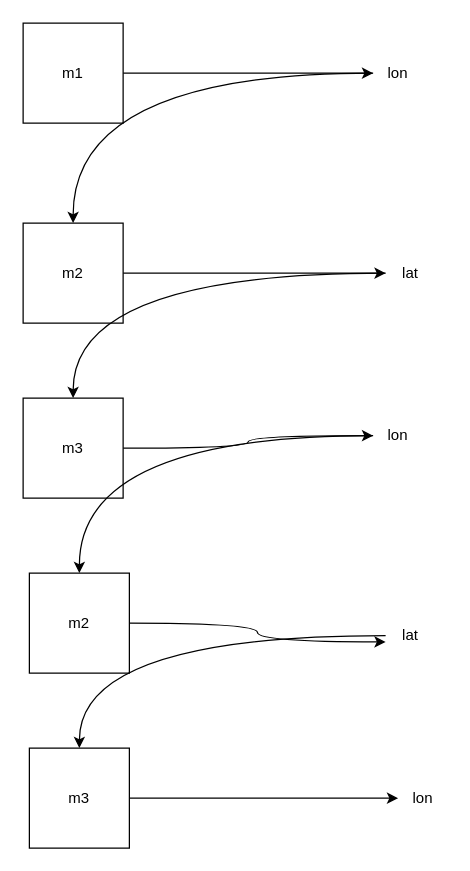
The draw.io diagram collatz/Chain model.drawio in aquiire/math, before the edit. Source tidied: cells renumbered, new cells numbered last; positions are measured from the earlier drawing's top-left corner, leaving out a move shared by most shapes. Both pictures are drawn from the tidied source at 125%, with x=0, y=0 at pixel (22, 22).
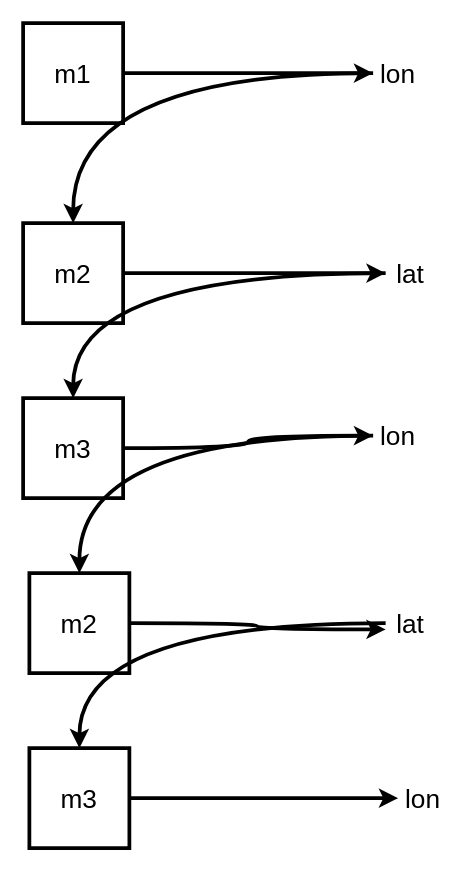
Above is the later version.

What changed in the source:
```diff
@@
-    <mxCell id="2" style="edgeStyle=orthogonalEdgeStyle;rounded=0;jettySize=auto;html=1;" parent="1" edge="1" source="3" target="9">
+    <mxCell id="2" style="edgeStyle=orthogonalEdgeStyle;rounded=0;jettySize=auto;html=1;fontSize=21;strokeWidth=3;" parent="1" edge="1" source="3" target="9">
       <mxGeometry relative="1" as="geometry" />
     </mxCell>
-    <mxCell id="3" value="m1" style="whiteSpace=wrap;html=1;" parent="1" vertex="1">
+    <mxCell id="3" value="m1" style="whiteSpace=wrap;html=1;fontSize=21;strokeWidth=3;" parent="1" vertex="1">
       <mxGeometry width="80" height="80" as="geometry" />
     </mxCell>
-    <mxCell id="4" style="edgeStyle=orthogonalEdgeStyle;curved=1;rounded=0;jettySize=auto;html=1;" parent="1" edge="1" source="5" target="11">
+    <mxCell id="4" style="edgeStyle=orthogonalEdgeStyle;curved=1;rounded=0;jettySize=auto;html=1;fontSize=21;strokeWidth=3;" parent="1" edge="1" source="5" target="11">
       <mxGeometry relative="1" as="geometry" />
     </mxCell>
-    <mxCell id="5" value="m2" style="whiteSpace=wrap;html=1;" parent="1" vertex="1">
+    <mxCell id="5" value="m2" style="whiteSpace=wrap;html=1;fontSize=21;strokeWidth=3;" parent="1" vertex="1">
       <mxGeometry y="160" width="80" height="80" as="geometry" />
     </mxCell>
-    <mxCell id="6" style="edgeStyle=orthogonalEdgeStyle;curved=1;rounded=0;jettySize=auto;html=1;" parent="1" edge="1" source="7" target="17">
+    <mxCell id="6" style="edgeStyle=orthogonalEdgeStyle;curved=1;rounded=0;jettySize=auto;html=1;fontSize=21;strokeWidth=3;" parent="1" edge="1" source="7" target="17">
       <mxGeometry relative="1" as="geometry" />
     </mxCell>
-    <mxCell id="7" value="m3" style="whiteSpace=wrap;html=1;" parent="1" vertex="1">
+    <mxCell id="7" value="m3" style="whiteSpace=wrap;html=1;fontSize=21;strokeWidth=3;" parent="1" vertex="1">
       <mxGeometry y="300" width="80" height="80" as="geometry" />
     </mxCell>
-    <mxCell id="8" style="edgeStyle=orthogonalEdgeStyle;curved=1;rounded=0;jettySize=auto;html=1;entryX=0.5;entryY=0;entryDx=0;entryDy=0;" parent="1" edge="1" source="9" target="5">
+    <mxCell id="8" style="edgeStyle=orthogonalEdgeStyle;curved=1;rounded=0;jettySize=auto;html=1;entryX=0.5;entryY=0;entryDx=0;entryDy=0;fontSize=21;strokeWidth=3;" parent="1" edge="1" source="9" target="5">
       <mxGeometry relative="1" as="geometry" />
     </mxCell>
-    <mxCell id="9" value="lon" style="text;html=1;strokeColor=none;fillColor=none;align=center;verticalAlign=middle;whiteSpace=wrap;rounded=0;" parent="1" vertex="1">
+    <mxCell id="9" value="lon" style="text;html=1;strokeColor=none;fillColor=none;align=center;verticalAlign=middle;whiteSpace=wrap;rounded=0;fontSize=21;strokeWidth=3;" parent="1" vertex="1">
       <mxGeometry x="280" y="30" width="40" height="20" as="geometry" />
     </mxCell>
-    <mxCell id="10" style="edgeStyle=orthogonalEdgeStyle;curved=1;rounded=0;jettySize=auto;html=1;" parent="1" edge="1" source="11" target="7">
+    <mxCell id="10" style="edgeStyle=orthogonalEdgeStyle;curved=1;rounded=0;jettySize=auto;html=1;fontSize=21;strokeWidth=3;" parent="1" edge="1" source="11" target="7">
       <mxGeometry relative="1" as="geometry" />
     </mxCell>
-    <mxCell id="11" value="lat" style="text;html=1;strokeColor=none;fillColor=none;align=center;verticalAlign=middle;whiteSpace=wrap;rounded=0;" parent="1" vertex="1">
+    <mxCell id="11" value="lat" style="text;html=1;strokeColor=none;fillColor=none;align=center;verticalAlign=middle;whiteSpace=wrap;rounded=0;fontSize=21;strokeWidth=3;" parent="1" vertex="1">
       <mxGeometry x="290" y="190" width="40" height="20" as="geometry" />
     </mxCell>
-    <mxCell id="12" style="edgeStyle=orthogonalEdgeStyle;curved=1;rounded=0;jettySize=auto;html=1;entryX=0;entryY=0.75;entryDx=0;entryDy=0;" parent="1" edge="1" source="13" target="19">
+    <mxCell id="12" style="edgeStyle=orthogonalEdgeStyle;curved=1;rounded=0;jettySize=auto;html=1;entryX=0;entryY=0.75;entryDx=0;entryDy=0;fontSize=21;strokeWidth=3;" parent="1" edge="1" source="13" target="19">
       <mxGeometry relative="1" as="geometry" />
     </mxCell>
-    <mxCell id="13" value="m2" style="whiteSpace=wrap;html=1;" parent="1" vertex="1">
+    <mxCell id="13" value="m2" style="whiteSpace=wrap;html=1;fontSize=21;strokeWidth=3;" parent="1" vertex="1">
       <mxGeometry x="5" y="440" width="80" height="80" as="geometry" />
     </mxCell>
-    <mxCell id="14" style="edgeStyle=orthogonalEdgeStyle;curved=1;rounded=0;jettySize=auto;html=1;entryX=0;entryY=0.5;entryDx=0;entryDy=0;" parent="1" edge="1" source="15" target="20">
+    <mxCell id="14" style="edgeStyle=orthogonalEdgeStyle;curved=1;rounded=0;jettySize=auto;html=1;entryX=0;entryY=0.5;entryDx=0;entryDy=0;fontSize=21;strokeWidth=3;" parent="1" edge="1" source="15" target="20">
       <mxGeometry relative="1" as="geometry" />
     </mxCell>
-    <mxCell id="15" value="m3" style="whiteSpace=wrap;html=1;" parent="1" vertex="1">
+    <mxCell id="15" value="m3" style="whiteSpace=wrap;html=1;fontSize=21;strokeWidth=3;" parent="1" vertex="1">
       <mxGeometry x="5" y="580" width="80" height="80" as="geometry" />
     </mxCell>
-    <mxCell id="16" style="edgeStyle=orthogonalEdgeStyle;curved=1;rounded=0;jettySize=auto;html=1;entryX=0.5;entryY=0;entryDx=0;entryDy=0;" parent="1" edge="1" source="17" target="13">
+    <mxCell id="16" style="edgeStyle=orthogonalEdgeStyle;curved=1;rounded=0;jettySize=auto;html=1;entryX=0.5;entryY=0;entryDx=0;entryDy=0;fontSize=21;strokeWidth=3;" parent="1" edge="1" source="17" target="13">
       <mxGeometry relative="1" as="geometry" />
     </mxCell>
-    <mxCell id="17" value="lon" style="text;html=1;strokeColor=none;fillColor=none;align=center;verticalAlign=middle;whiteSpace=wrap;rounded=0;" parent="1" vertex="1">
+    <mxCell id="17" value="lon" style="text;html=1;strokeColor=none;fillColor=none;align=center;verticalAlign=middle;whiteSpace=wrap;rounded=0;fontSize=21;strokeWidth=3;" parent="1" vertex="1">
       <mxGeometry x="280" y="320" width="40" height="20" as="geometry" />
     </mxCell>
-    <mxCell id="18" style="edgeStyle=orthogonalEdgeStyle;curved=1;rounded=0;jettySize=auto;html=1;entryX=0.5;entryY=0;entryDx=0;entryDy=0;" parent="1" edge="1" source="19" target="15">
+    <mxCell id="18" style="edgeStyle=orthogonalEdgeStyle;curved=1;rounded=0;jettySize=auto;html=1;entryX=0.5;entryY=0;entryDx=0;entryDy=0;fontSize=21;strokeWidth=3;" parent="1" edge="1" source="19" target="15">
       <mxGeometry relative="1" as="geometry" />
     </mxCell>
-    <mxCell id="19" value="lat" style="text;html=1;strokeColor=none;fillColor=none;align=center;verticalAlign=middle;whiteSpace=wrap;rounded=0;" parent="1" vertex="1">
-      <mxGeometry x="290" y="480" width="40" height="20" as="geometry" />
+    <mxCell id="19" value="lat" style="text;html=1;strokeColor=none;fillColor=none;align=center;verticalAlign=middle;whiteSpace=wrap;rounded=0;fontSize=21;strokeWidth=3;" parent="1" vertex="1">
+      <mxGeometry x="290" y="470" width="40" height="20" as="geometry" />
     </mxCell>
-    <mxCell id="20" value="lon" style="text;html=1;strokeColor=none;fillColor=none;align=center;verticalAlign=middle;whiteSpace=wrap;rounded=0;" parent="1" vertex="1">
+    <mxCell id="20" value="lon" style="text;html=1;strokeColor=none;fillColor=none;align=center;verticalAlign=middle;whiteSpace=wrap;rounded=0;fontSize=21;strokeWidth=3;" parent="1" vertex="1">
       <mxGeometry x="300" y="610" width="40" height="20" as="geometry" />
     </mxCell>
```
